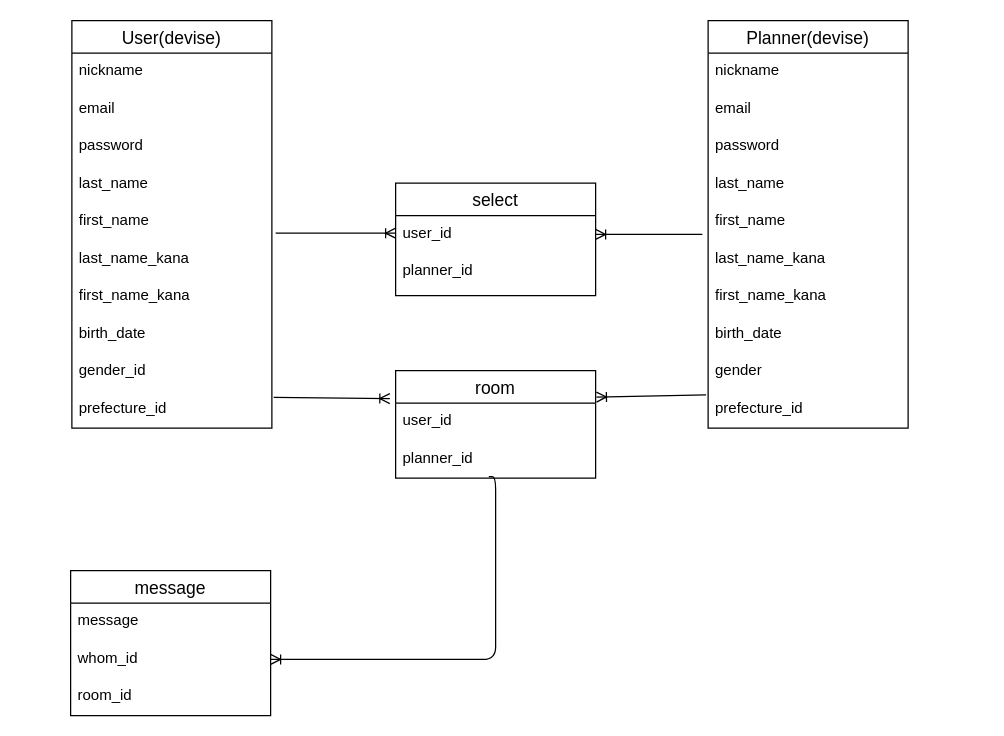
The draw.io diagram ER.dio in hirokuni-k/Wedding_proto, before the edit. Source tidied: cells renumbered, new cells numbered last; positions are measured from the earlier drawing's top-left corner, leaving out a move shared by most shapes. Both pictures are drawn from the tidied source at 125%, with x=0, y=0 at pixel (70, 20).
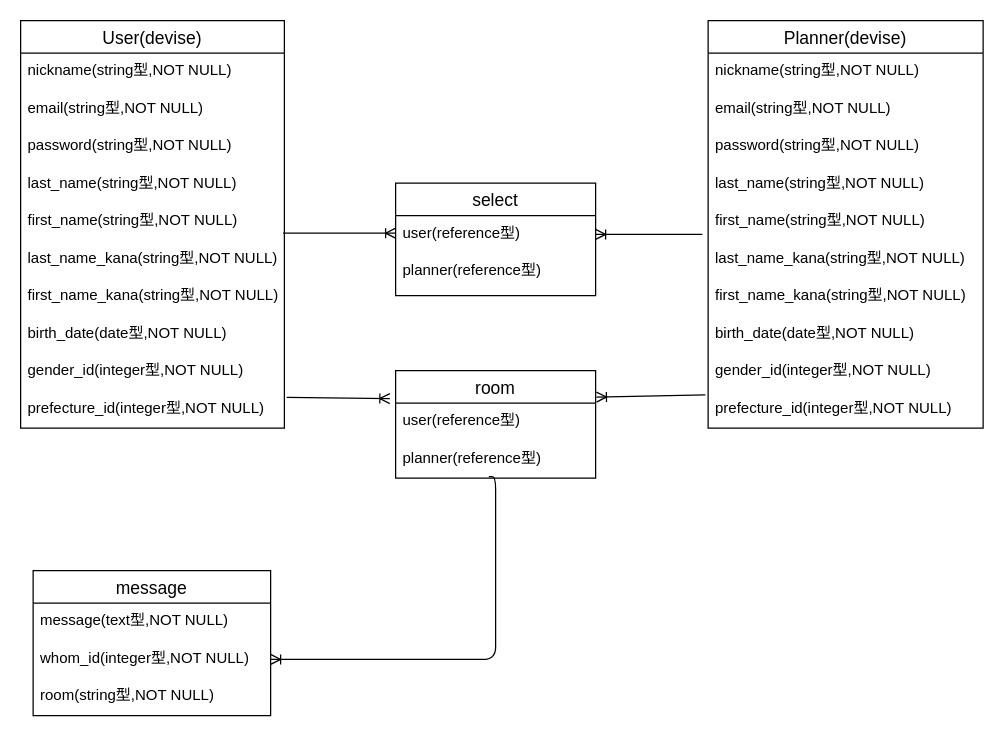
The same page after the edit.

Unchanged cells that the change refers to:
```xml
<mxCell id="24" value="select" style="swimlane;fontStyle=0;horizontal=1;startSize=26;align=center;fontSize=14;" parent="1" vertex="1">
  <mxGeometry x="260" y="130" width="160" height="90" as="geometry" />
</mxCell>
<mxCell id="29" value="room" style="swimlane;fontStyle=0;horizontal=1;startSize=26;align=center;fontSize=14;" parent="1" vertex="1">
  <mxGeometry x="260" y="280" width="160" height="86" as="geometry" />
</mxCell>
```

Change to the diagram source:
```diff
@@
     <mxCell id="2" value="Planner(devise)" style="swimlane;fontStyle=0;horizontal=1;startSize=26;align=center;fontSize=14;" parent="1" vertex="1">
-      <mxGeometry x="510" width="160" height="326" as="geometry" />
+      <mxGeometry x="510" width="220" height="326" as="geometry" />
     </mxCell>
-    <mxCell id="3" value="nickname" style="text;strokeColor=none;fillColor=none;spacingLeft=4;spacingRight=4;overflow=hidden;fontSize=12;" parent="2" vertex="1">
-      <mxGeometry y="26" width="160" height="30" as="geometry" />
+    <mxCell id="3" value="nickname(string型,NOT NULL)" style="text;strokeColor=none;fillColor=none;spacingLeft=4;spacingRight=4;overflow=hidden;fontSize=12;" parent="2" vertex="1">
+      <mxGeometry y="26" width="220" height="30" as="geometry" />
     </mxCell>
-    <mxCell id="4" value="email" style="text;strokeColor=none;fillColor=none;spacingLeft=4;spacingRight=4;overflow=hidden;fontSize=12;" parent="2" vertex="1">
-      <mxGeometry y="56" width="160" height="30" as="geometry" />
+    <mxCell id="4" value="email(string型,NOT NULL)" style="text;strokeColor=none;fillColor=none;spacingLeft=4;spacingRight=4;overflow=hidden;fontSize=12;" parent="2" vertex="1">
+      <mxGeometry y="56" width="220" height="30" as="geometry" />
     </mxCell>
-    <mxCell id="5" value="password&#10;" style="text;strokeColor=none;fillColor=none;spacingLeft=4;spacingRight=4;overflow=hidden;fontSize=12;" parent="2" vertex="1">
-      <mxGeometry y="86" width="160" height="30" as="geometry" />
+    <mxCell id="5" value="password(string型,NOT NULL)&#10;" style="text;strokeColor=none;fillColor=none;spacingLeft=4;spacingRight=4;overflow=hidden;fontSize=12;" parent="2" vertex="1">
+      <mxGeometry y="86" width="220" height="30" as="geometry" />
     </mxCell>
-    <mxCell id="6" value="last_name" style="text;strokeColor=none;fillColor=none;spacingLeft=4;spacingRight=4;overflow=hidden;fontSize=12;" parent="2" vertex="1">
-      <mxGeometry y="116" width="160" height="30" as="geometry" />
+    <mxCell id="6" value="last_name(string型,NOT NULL)" style="text;strokeColor=none;fillColor=none;spacingLeft=4;spacingRight=4;overflow=hidden;fontSize=12;" parent="2" vertex="1">
+      <mxGeometry y="116" width="220" height="30" as="geometry" />
     </mxCell>
-    <mxCell id="7" value="first_name" style="text;strokeColor=none;fillColor=none;spacingLeft=4;spacingRight=4;overflow=hidden;fontSize=12;" parent="2" vertex="1">
-      <mxGeometry y="146" width="160" height="30" as="geometry" />
+    <mxCell id="7" value="first_name(string型,NOT NULL)" style="text;strokeColor=none;fillColor=none;spacingLeft=4;spacingRight=4;overflow=hidden;fontSize=12;" parent="2" vertex="1">
+      <mxGeometry y="146" width="220" height="30" as="geometry" />
     </mxCell>
-    <mxCell id="8" value="last_name_kana" style="text;strokeColor=none;fillColor=none;spacingLeft=4;spacingRight=4;overflow=hidden;fontSize=12;" parent="2" vertex="1">
-      <mxGeometry y="176" width="160" height="30" as="geometry" />
+    <mxCell id="8" value="last_name_kana(string型,NOT NULL)" style="text;strokeColor=none;fillColor=none;spacingLeft=4;spacingRight=4;overflow=hidden;fontSize=12;" parent="2" vertex="1">
+      <mxGeometry y="176" width="220" height="30" as="geometry" />
     </mxCell>
-    <mxCell id="9" value="first_name_kana" style="text;strokeColor=none;fillColor=none;spacingLeft=4;spacingRight=4;overflow=hidden;fontSize=12;" parent="2" vertex="1">
-      <mxGeometry y="206" width="160" height="30" as="geometry" />
+    <mxCell id="9" value="first_name_kana(string型,NOT NULL)" style="text;strokeColor=none;fillColor=none;spacingLeft=4;spacingRight=4;overflow=hidden;fontSize=12;" parent="2" vertex="1">
+      <mxGeometry y="206" width="220" height="30" as="geometry" />
     </mxCell>
-    <mxCell id="10" value="birth_date" style="text;strokeColor=none;fillColor=none;spacingLeft=4;spacingRight=4;overflow=hidden;fontSize=12;" parent="2" vertex="1">
-      <mxGeometry y="236" width="160" height="30" as="geometry" />
+    <mxCell id="10" value="birth_date(date型,NOT NULL)" style="text;strokeColor=none;fillColor=none;spacingLeft=4;spacingRight=4;overflow=hidden;fontSize=12;" parent="2" vertex="1">
+      <mxGeometry y="236" width="220" height="30" as="geometry" />
     </mxCell>
-    <mxCell id="11" value="gender" style="text;strokeColor=none;fillColor=none;spacingLeft=4;spacingRight=4;overflow=hidden;fontSize=12;" parent="2" vertex="1">
-      <mxGeometry y="266" width="160" height="30" as="geometry" />
+    <mxCell id="11" value="gender_id(integer型,NOT NULL)" style="text;strokeColor=none;fillColor=none;spacingLeft=4;spacingRight=4;overflow=hidden;fontSize=12;" parent="2" vertex="1">
+      <mxGeometry y="266" width="220" height="30" as="geometry" />
     </mxCell>
-    <mxCell id="12" value="prefecture_id" style="text;strokeColor=none;fillColor=none;spacingLeft=4;spacingRight=4;overflow=hidden;points=[[0,0.5],[1,0.5]];portConstraint=eastwest;fontSize=12;" parent="2" vertex="1">
-      <mxGeometry y="296" width="160" height="30" as="geometry" />
+    <mxCell id="12" value="prefecture_id(integer型,NOT NULL)" style="text;strokeColor=none;fillColor=none;spacingLeft=4;spacingRight=4;overflow=hidden;points=[[0,0.5],[1,0.5]];portConstraint=eastwest;fontSize=12;" parent="2" vertex="1">
+      <mxGeometry y="296" width="220" height="30" as="geometry" />
     </mxCell>
     <mxCell id="13" value="User(devise)" style="swimlane;fontStyle=0;horizontal=1;startSize=26;align=center;fontSize=14;" parent="1" vertex="1">
-      <mxGeometry x="1" width="160" height="326" as="geometry" />
+      <mxGeometry x="-40" width="211" height="326" as="geometry" />
     </mxCell>
-    <mxCell id="14" value="nickname" style="text;strokeColor=none;fillColor=none;spacingLeft=4;spacingRight=4;overflow=hidden;fontSize=12;" parent="13" vertex="1">
-      <mxGeometry y="26" width="160" height="30" as="geometry" />
+    <mxCell id="14" value="nickname(string型,NOT NULL)" style="text;strokeColor=none;fillColor=none;spacingLeft=4;spacingRight=4;overflow=hidden;fontSize=12;" parent="13" vertex="1">
+      <mxGeometry y="26" width="211" height="30" as="geometry" />
     </mxCell>
-    <mxCell id="15" value="email" style="text;strokeColor=none;fillColor=none;spacingLeft=4;spacingRight=4;overflow=hidden;fontSize=12;" parent="13" vertex="1">
-      <mxGeometry y="56" width="160" height="30" as="geometry" />
+    <mxCell id="15" value="email(string型,NOT NULL)" style="text;strokeColor=none;fillColor=none;spacingLeft=4;spacingRight=4;overflow=hidden;fontSize=12;" parent="13" vertex="1">
+      <mxGeometry y="56" width="211" height="30" as="geometry" />
     </mxCell>
-    <mxCell id="16" value="password&#10;" style="text;strokeColor=none;fillColor=none;spacingLeft=4;spacingRight=4;overflow=hidden;fontSize=12;" parent="13" vertex="1">
-      <mxGeometry y="86" width="160" height="30" as="geometry" />
+    <mxCell id="16" value="password(string型,NOT NULL)&#10;" style="text;strokeColor=none;fillColor=none;spacingLeft=4;spacingRight=4;overflow=hidden;fontSize=12;" parent="13" vertex="1">
+      <mxGeometry y="86" width="211" height="30" as="geometry" />
     </mxCell>
-    <mxCell id="17" value="last_name" style="text;strokeColor=none;fillColor=none;spacingLeft=4;spacingRight=4;overflow=hidden;fontSize=12;" parent="13" vertex="1">
-      <mxGeometry y="116" width="160" height="30" as="geometry" />
+    <mxCell id="17" value="last_name(string型,NOT NULL)" style="text;strokeColor=none;fillColor=none;spacingLeft=4;spacingRight=4;overflow=hidden;fontSize=12;" parent="13" vertex="1">
+      <mxGeometry y="116" width="211" height="30" as="geometry" />
     </mxCell>
-    <mxCell id="18" value="first_name" style="text;strokeColor=none;fillColor=none;spacingLeft=4;spacingRight=4;overflow=hidden;fontSize=12;" parent="13" vertex="1">
-      <mxGeometry y="146" width="160" height="30" as="geometry" />
+    <mxCell id="18" value="first_name(string型,NOT NULL)" style="text;strokeColor=none;fillColor=none;spacingLeft=4;spacingRight=4;overflow=hidden;fontSize=12;" parent="13" vertex="1">
+      <mxGeometry y="146" width="211" height="30" as="geometry" />
     </mxCell>
-    <mxCell id="19" value="last_name_kana" style="text;strokeColor=none;fillColor=none;spacingLeft=4;spacingRight=4;overflow=hidden;fontSize=12;" parent="13" vertex="1">
-      <mxGeometry y="176" width="160" height="30" as="geometry" />
+    <mxCell id="19" value="last_name_kana(string型,NOT NULL)" style="text;strokeColor=none;fillColor=none;spacingLeft=4;spacingRight=4;overflow=hidden;fontSize=12;" parent="13" vertex="1">
+      <mxGeometry y="176" width="211" height="30" as="geometry" />
     </mxCell>
-    <mxCell id="20" value="first_name_kana" style="text;strokeColor=none;fillColor=none;spacingLeft=4;spacingRight=4;overflow=hidden;fontSize=12;" parent="13" vertex="1">
-      <mxGeometry y="206" width="160" height="30" as="geometry" />
+    <mxCell id="20" value="first_name_kana(string型,NOT NULL)" style="text;strokeColor=none;fillColor=none;spacingLeft=4;spacingRight=4;overflow=hidden;fontSize=12;" parent="13" vertex="1">
+      <mxGeometry y="206" width="211" height="30" as="geometry" />
     </mxCell>
-    <mxCell id="21" value="birth_date" style="text;strokeColor=none;fillColor=none;spacingLeft=4;spacingRight=4;overflow=hidden;fontSize=12;" parent="13" vertex="1">
-      <mxGeometry y="236" width="160" height="30" as="geometry" />
+    <mxCell id="21" value="birth_date(date型,NOT NULL)" style="text;strokeColor=none;fillColor=none;spacingLeft=4;spacingRight=4;overflow=hidden;fontSize=12;" parent="13" vertex="1">
+      <mxGeometry y="236" width="211" height="30" as="geometry" />
     </mxCell>
-    <mxCell id="22" value="gender_id" style="text;strokeColor=none;fillColor=none;spacingLeft=4;spacingRight=4;overflow=hidden;fontSize=12;" parent="13" vertex="1">
-      <mxGeometry y="266" width="160" height="30" as="geometry" />
+    <mxCell id="22" value="gender_id(integer型,NOT NULL)" style="text;strokeColor=none;fillColor=none;spacingLeft=4;spacingRight=4;overflow=hidden;fontSize=12;" parent="13" vertex="1">
+      <mxGeometry y="266" width="211" height="30" as="geometry" />
     </mxCell>
-    <mxCell id="23" value="prefecture_id" style="text;strokeColor=none;fillColor=none;spacingLeft=4;spacingRight=4;overflow=hidden;points=[[0,0.5],[1,0.5]];portConstraint=eastwest;fontSize=12;" parent="13" vertex="1">
-      <mxGeometry y="296" width="160" height="30" as="geometry" />
+    <mxCell id="23" value="prefecture_id(integer型,NOT NULL)" style="text;strokeColor=none;fillColor=none;spacingLeft=4;spacingRight=4;overflow=hidden;points=[[0,0.5],[1,0.5]];portConstraint=eastwest;fontSize=12;" parent="13" vertex="1">
+      <mxGeometry y="296" width="211" height="30" as="geometry" />
     </mxCell>
@@
-    <mxCell id="25" value="user_id" style="text;strokeColor=none;fillColor=none;spacingLeft=4;spacingRight=4;overflow=hidden;points=[[0,0.5],[1,0.5]];portConstraint=eastwest;fontSize=12;" parent="24" vertex="1">
+    <mxCell id="25" value="user(reference型)" style="text;strokeColor=none;fillColor=none;spacingLeft=4;spacingRight=4;overflow=hidden;points=[[0,0.5],[1,0.5]];portConstraint=eastwest;fontSize=12;" parent="24" vertex="1">
       <mxGeometry y="26" width="160" height="30" as="geometry" />
     </mxCell>
-    <mxCell id="26" value="planner_id" style="text;strokeColor=none;fillColor=none;spacingLeft=4;spacingRight=4;overflow=hidden;fontSize=12;" parent="24" vertex="1">
+    <mxCell id="26" value="planner(reference型)" style="text;strokeColor=none;fillColor=none;spacingLeft=4;spacingRight=4;overflow=hidden;fontSize=12;" parent="24" vertex="1">
       <mxGeometry y="56" width="160" height="34" as="geometry" />
     </mxCell>
     <mxCell id="27" style="edgeStyle=entityRelationEdgeStyle;fontSize=12;html=1;endArrow=ERoneToMany;" parent="1" edge="1">
       <mxGeometry relative="1" as="geometry">
-        <mxPoint x="164" y="170" as="sourcePoint" />
+        <mxPoint x="170" y="170" as="sourcePoint" />
         <mxPoint x="260" y="170" as="targetPoint" />
       </mxGeometry>
     </mxCell>
@@
-    <mxCell id="30" value="user_id" style="text;strokeColor=none;fillColor=none;spacingLeft=4;spacingRight=4;overflow=hidden;points=[[0,0.5],[1,0.5]];portConstraint=eastwest;fontSize=12;" parent="29" vertex="1">
+    <mxCell id="30" value="user(reference型)" style="text;strokeColor=none;fillColor=none;spacingLeft=4;spacingRight=4;overflow=hidden;points=[[0,0.5],[1,0.5]];portConstraint=eastwest;fontSize=12;" parent="29" vertex="1">
       <mxGeometry y="26" width="160" height="30" as="geometry" />
     </mxCell>
-    <mxCell id="31" value="planner_id" style="text;strokeColor=none;fillColor=none;spacingLeft=4;spacingRight=4;overflow=hidden;points=[[0,0.5],[1,0.5]];portConstraint=eastwest;fontSize=12;" parent="29" vertex="1">
+    <mxCell id="31" value="planner(reference型)" style="text;strokeColor=none;fillColor=none;spacingLeft=4;spacingRight=4;overflow=hidden;points=[[0,0.5],[1,0.5]];portConstraint=eastwest;fontSize=12;" parent="29" vertex="1">
       <mxGeometry y="56" width="160" height="30" as="geometry" />
     </mxCell>
     <mxCell id="32" value="message" style="swimlane;fontStyle=0;horizontal=1;startSize=26;align=center;fontSize=14;" parent="1" vertex="1">
-      <mxGeometry y="440" width="160" height="116" as="geometry" />
+      <mxGeometry x="-30" y="440" width="190" height="116" as="geometry" />
     </mxCell>
-    <mxCell id="33" value="message" style="text;strokeColor=none;fillColor=none;spacingLeft=4;spacingRight=4;overflow=hidden;fontSize=12;" parent="32" vertex="1">
-      <mxGeometry y="26" width="160" height="30" as="geometry" />
+    <mxCell id="33" value="message(text型,NOT NULL)" style="text;strokeColor=none;fillColor=none;spacingLeft=4;spacingRight=4;overflow=hidden;fontSize=12;" parent="32" vertex="1">
+      <mxGeometry y="26" width="190" height="30" as="geometry" />
     </mxCell>
-    <mxCell id="34" value="whom_id" style="text;strokeColor=none;fillColor=none;spacingLeft=4;spacingRight=4;overflow=hidden;points=[[0,0.5],[1,0.5]];portConstraint=eastwest;fontSize=12;" parent="32" vertex="1">
-      <mxGeometry y="56" width="160" height="30" as="geometry" />
+    <mxCell id="34" value="whom_id(integer型,NOT NULL)" style="text;strokeColor=none;fillColor=none;spacingLeft=4;spacingRight=4;overflow=hidden;points=[[0,0.5],[1,0.5]];portConstraint=eastwest;fontSize=12;" parent="32" vertex="1">
+      <mxGeometry y="56" width="190" height="30" as="geometry" />
     </mxCell>
-    <mxCell id="35" value="room_id" style="text;strokeColor=none;fillColor=none;spacingLeft=4;spacingRight=4;overflow=hidden;fontSize=12;" parent="32" vertex="1">
-      <mxGeometry y="86" width="160" height="30" as="geometry" />
+    <mxCell id="35" value="room(string型,NOT NULL)" style="text;strokeColor=none;fillColor=none;spacingLeft=4;spacingRight=4;overflow=hidden;fontSize=12;" parent="32" vertex="1">
+      <mxGeometry y="86" width="190" height="30" as="geometry" />
     </mxCell>
```
